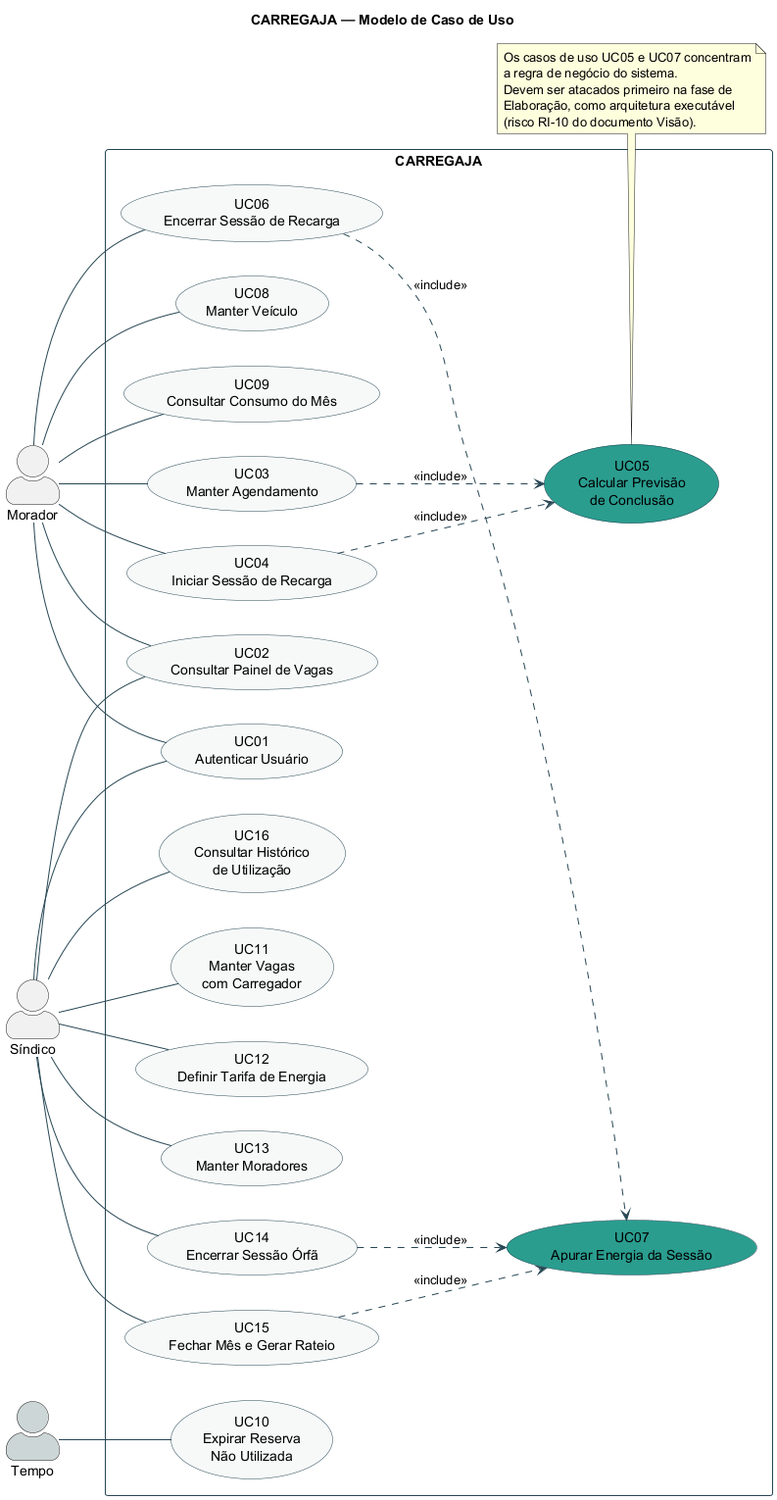
AndreMoreira00/CarregaJA keeps this PlantUML diagram as 2.Analise e Design/CARREGAJA-ModeloCasoDeUso-Geral.png. Above is the earlier version.
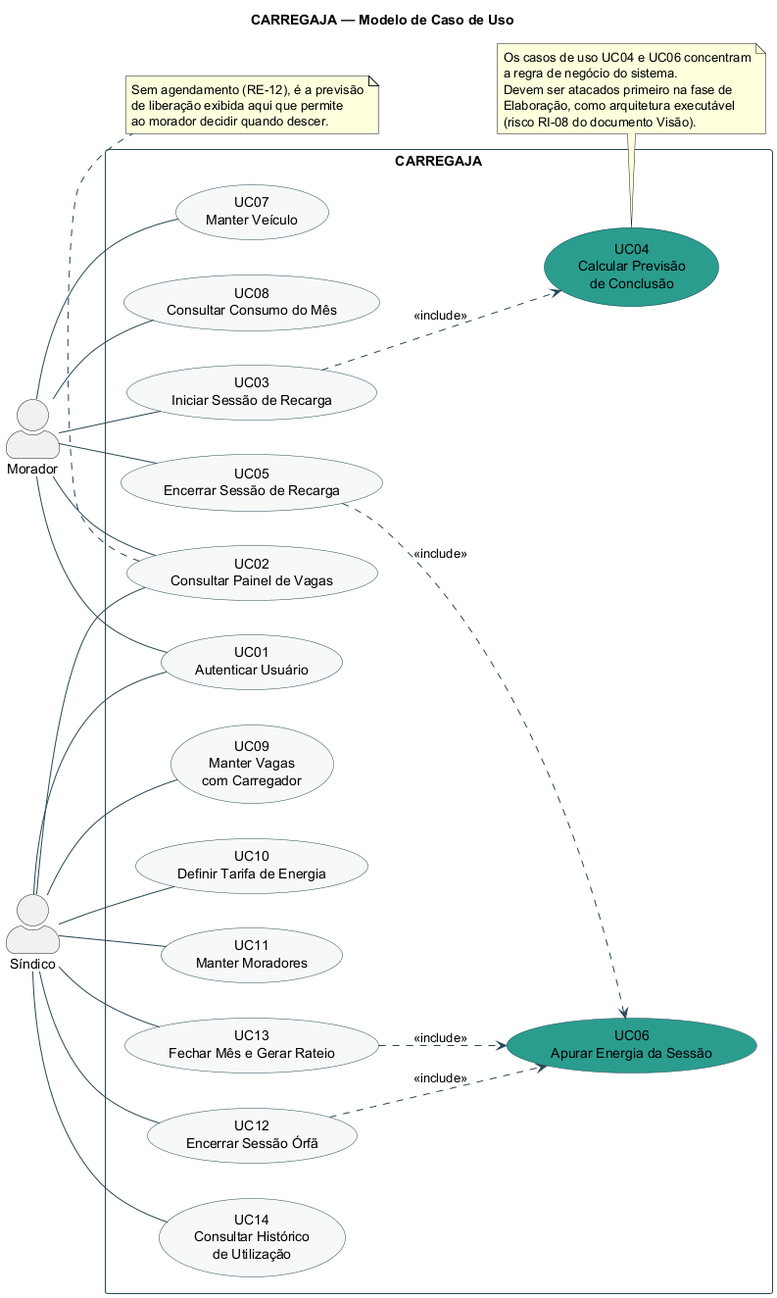
After the commit.

The edit, as a diff of the source:
```diff
@@ -17,62 +17,60 @@
 
 actor "Morador" as MOR
 actor "Síndico" as SIN
-actor "Tempo" as TMP #CDD6D6
 
 rectangle "CARREGAJA" {
 
   usecase "UC01\nAutenticar Usuário" as UC01
 
   usecase "UC02\nConsultar Painel de Vagas" as UC02
-  usecase "UC03\nManter Agendamento" as UC03
-  usecase "UC04\nIniciar Sessão de Recarga" as UC04
-  usecase "UC05\nCalcular Previsão\nde Conclusão" as UC05 #2A9D8F
-  usecase "UC06\nEncerrar Sessão de Recarga" as UC06
-  usecase "UC07\nApurar Energia da Sessão" as UC07 #2A9D8F
-  usecase "UC08\nManter Veículo" as UC08
-  usecase "UC09\nConsultar Consumo do Mês" as UC09
+  usecase "UC03\nIniciar Sessão de Recarga" as UC03
+  usecase "UC04\nCalcular Previsão\nde Conclusão" as UC04 #2A9D8F
+  usecase "UC05\nEncerrar Sessão de Recarga" as UC05
+  usecase "UC06\nApurar Energia da Sessão" as UC06 #2A9D8F
+  usecase "UC07\nManter Veículo" as UC07
+  usecase "UC08\nConsultar Consumo do Mês" as UC08
 
-  usecase "UC10\nExpirar Reserva\nNão Utilizada" as UC10
-
-  usecase "UC11\nManter Vagas\ncom Carregador" as UC11
-  usecase "UC12\nDefinir Tarifa de Energia" as UC12
-  usecase "UC13\nManter Moradores" as UC13
-  usecase "UC14\nEncerrar Sessão Órfã" as UC14
-  usecase "UC15\nFechar Mês e Gerar Rateio" as UC15
-  usecase "UC16\nConsultar Histórico\nde Utilização" as UC16
+  usecase "UC09\nManter Vagas\ncom Carregador" as UC09
+  usecase "UC10\nDefinir Tarifa de Energia" as UC10
+  usecase "UC11\nManter Moradores" as UC11
+  usecase "UC12\nEncerrar Sessão Órfã" as UC12
+  usecase "UC13\nFechar Mês e Gerar Rateio" as UC13
+  usecase "UC14\nConsultar Histórico\nde Utilização" as UC14
 }
 
 MOR -- UC01
 MOR -- UC02
 MOR -- UC03
-MOR -- UC04
-MOR -- UC06
+MOR -- UC05
+MOR -- UC07
 MOR -- UC08
-MOR -- UC09
-
-TMP -- UC10
 
 SIN -- UC01
 SIN -- UC02
+SIN -- UC09
+SIN -- UC10
 SIN -- UC11
 SIN -- UC12
 SIN -- UC13
 SIN -- UC14
-SIN -- UC15
-SIN -- UC16
 
-UC03 ..> UC05 : <<include>>
-UC04 ..> UC05 : <<include>>
-UC06 ..> UC07 : <<include>>
-UC14 ..> UC07 : <<include>>
-UC15 ..> UC07 : <<include>>
+UC03 ..> UC04 : <<include>>
+UC05 ..> UC06 : <<include>>
+UC12 ..> UC06 : <<include>>
+UC13 ..> UC06 : <<include>>
 
-note bottom of UC05
-  Os casos de uso UC05 e UC07 concentram
+note bottom of UC04
+  Os casos de uso UC04 e UC06 concentram
   a regra de negócio do sistema.
   Devem ser atacados primeiro na fase de
   Elaboração, como arquitetura executável
-  (risco RI-10 do documento Visão).
+  (risco RI-08 do documento Visão).
+end note
+
+note bottom of UC02
+  Sem agendamento (RE-12), é a previsão
+  de liberação exibida aqui que permite
+  ao morador decidir quando descer.
 end note
 
 @enduml
```
